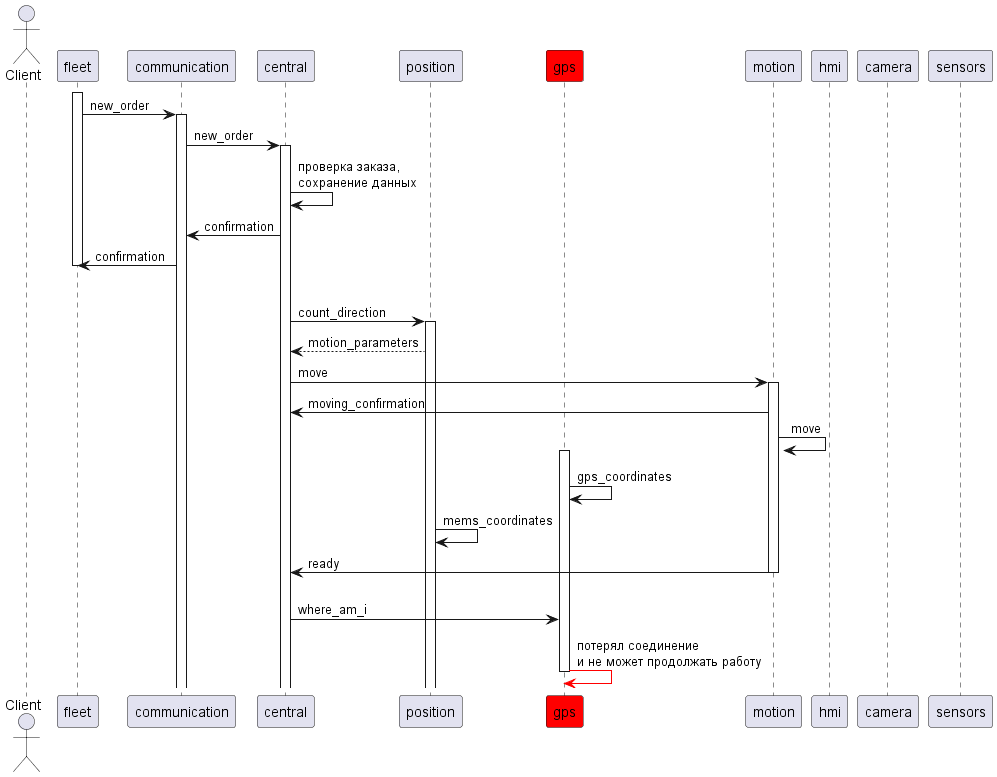
This is pics/sd_9.png from Fishonground/Delivery, a PlantUML export, as it was before one commit. Its diagram source:
```plantuml
@startuml
actor "Client" as c
participant fleet
participant communication
participant central
participant position
participant gps #red
participant motion
participant hmi
participant camera
participant sensors


fleet++
fleet -> communication++: new_order
communication -> central++: new_order
central -> central: проверка заказа,\nсохранение данных
central -> communication: confirmation
communication -> fleet: confirmation
fleet --
loop движение к заданной точке x1,y1, пока не достигнем ее
central -> position++: count_direction
position --> central: motion_parameters
central -> motion++: move
motion -> central: moving_confirmation

motion -> motion: move
gps++
gps -> gps: gps_coordinates
position -> position: mems_coordinates
motion -> central: ready
else проверка, куда прибыл робот
motion--
central -> gps: where_am_i
gps -[#red]> gps : потерял соединение \nи не может продолжать работу
gps--

@enduml
```
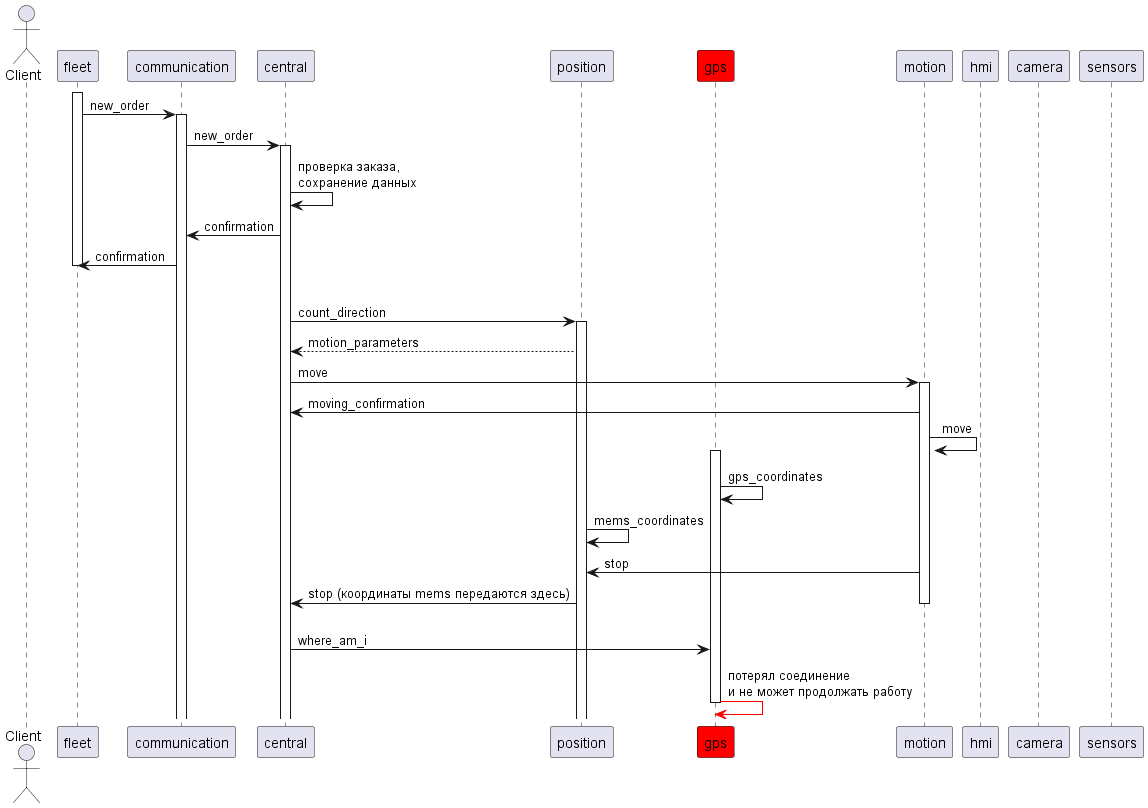
The same diagram one commit later.

Change to the diagram source:
```diff
@@ -28,7 +28,8 @@
 gps++
 gps -> gps: gps_coordinates
 position -> position: mems_coordinates
-motion -> central: ready
+motion -> position: stop
+position -> central: stop (координаты mems передаются здесь)
 else проверка, куда прибыл робот
 motion--
 central -> gps: where_am_i
```
